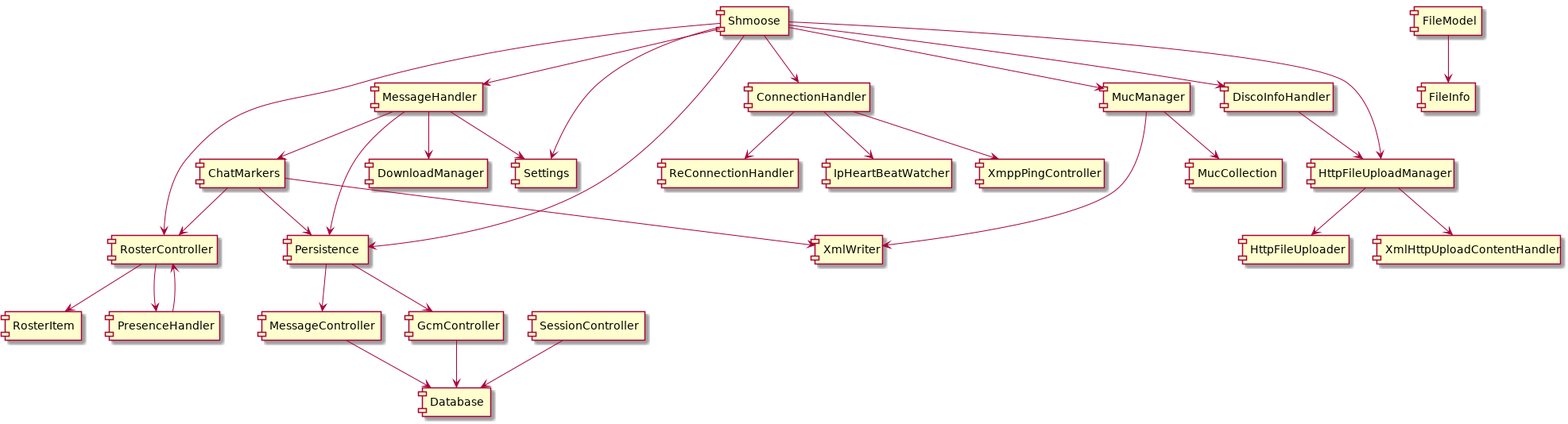
Before: images/whitebox.png, a diagram exported from PlantUML (geobra/harbour-shmoose).
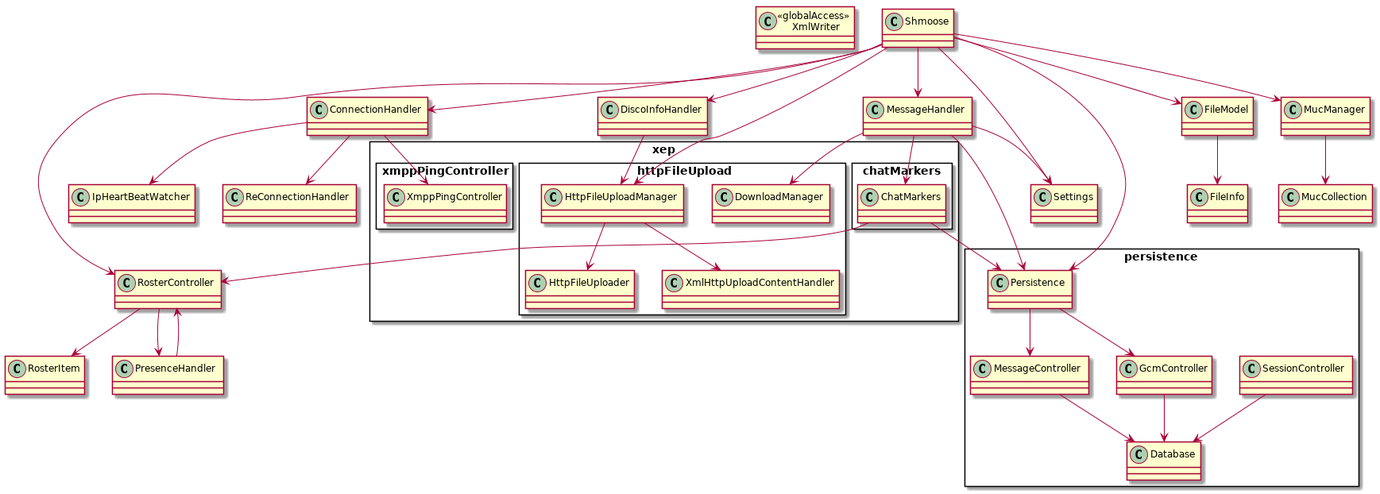
Above is the later version.

Commit message:
Deploy geobra/harbour-shmoose to github.com/geobra/harbour-shmoose.git:gh-pages

The edit, as a diff of the source:
```diff
@@ -1,34 +1,61 @@
 @startuml
-[ChatMarkers] --> [RosterController]
-[ChatMarkers] --> [Persistence]
-[ChatMarkers] --> [XmlWriter]
-[ConnectionHandler] --> [ReConnectionHandler]
-[ConnectionHandler] --> [IpHeartBeatWatcher]
-[ConnectionHandler] --> [XmppPingController]
-[DiscoInfoHandler] --> [HttpFileUploadManager]
-[FileModel] --> [FileInfo]
-[GcmController] --> [Database]
-[HttpFileUploadManager] --> [XmlHttpUploadContentHandler]
-[HttpFileUploadManager] --> [HttpFileUploader]
-[MessageController] --> [Database]
-[MessageHandler] --> [Persistence]
-[MessageHandler] --> [DownloadManager]
-[MessageHandler] --> [Settings]
-[MessageHandler] --> [ChatMarkers]
-[MucManager] --> [XmlWriter]
-[MucManager] --> [MucCollection]
-[Persistence] --> [GcmController]
-[Persistence] --> [MessageController]
-[PresenceHandler] --> [RosterController]
-[RosterController] --> [PresenceHandler]
-[RosterController] --> [RosterItem]
-[SessionController] --> [Database]
-[Shmoose] --> [Persistence]
-[Shmoose] --> [ConnectionHandler]
-[Shmoose] --> [MessageHandler]
-[Shmoose] --> [Settings]
-[Shmoose] --> [RosterController]
-[Shmoose] --> [HttpFileUploadManager]
-[Shmoose] --> [DiscoInfoHandler]
-[Shmoose] --> [MucManager]
+
+package persistence <<Rectangle>>{
+	class Database
+	class GcmController
+	class MessageController
+	class Persistence
+	class SessionController
+}
+
+package xep <<Rectangle>> {
+	package chatMarkers <<Rectangle>> {
+		class ChatMarkers
+	}
+
+	package httpFileUpload <<Rectangle>> {
+		class DownloadManager
+		class HttpFileUploader
+		class HttpFileUploadManager
+		class XmlHttpUploadContentHandler
+	}
+
+	package xmppPingController <<Rectangle>> {
+		class XmppPingController
+	}
+}
+
+class XmlWriter << globalAccess >>
+
+ChatMarkers --> RosterController
+ChatMarkers --> Persistence
+ConnectionHandler --> ReConnectionHandler
+ConnectionHandler --> IpHeartBeatWatcher
+ConnectionHandler --> XmppPingController
+DiscoInfoHandler --> HttpFileUploadManager
+FileModel --> FileInfo
+GcmController --> Database
+HttpFileUploadManager --> XmlHttpUploadContentHandler
+HttpFileUploadManager --> HttpFileUploader
+MessageController --> Database
+MessageHandler --> Persistence
+MessageHandler --> DownloadManager
+MessageHandler --> Settings
+MessageHandler --> ChatMarkers
+MucManager --> MucCollection
+Persistence --> GcmController
+Persistence --> MessageController
+PresenceHandler --> RosterController
+RosterController --> PresenceHandler
+RosterController --> RosterItem
+SessionController --> Database
+Shmoose --> Persistence
+Shmoose --> ConnectionHandler
+Shmoose --> MessageHandler
+Shmoose --> Settings
+Shmoose --> RosterController
+Shmoose --> HttpFileUploadManager
+Shmoose --> DiscoInfoHandler
+Shmoose --> MucManager
+Shmoose --> FileModel
 @enduml
```
